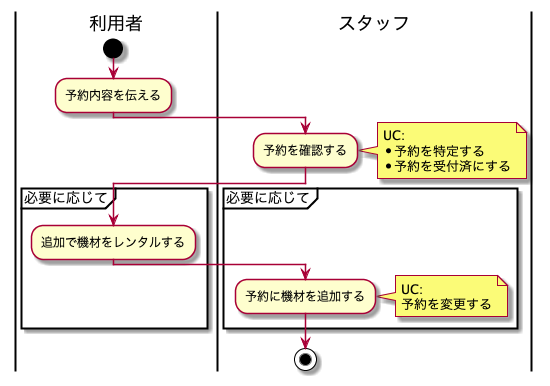
This is modeling/BusinessFlow_スタジオ利用_受付/BusinessFlow.png from TakashiOnawa/ddd-practice-studio-reservation, a PlantUML export, as it was before one commit.
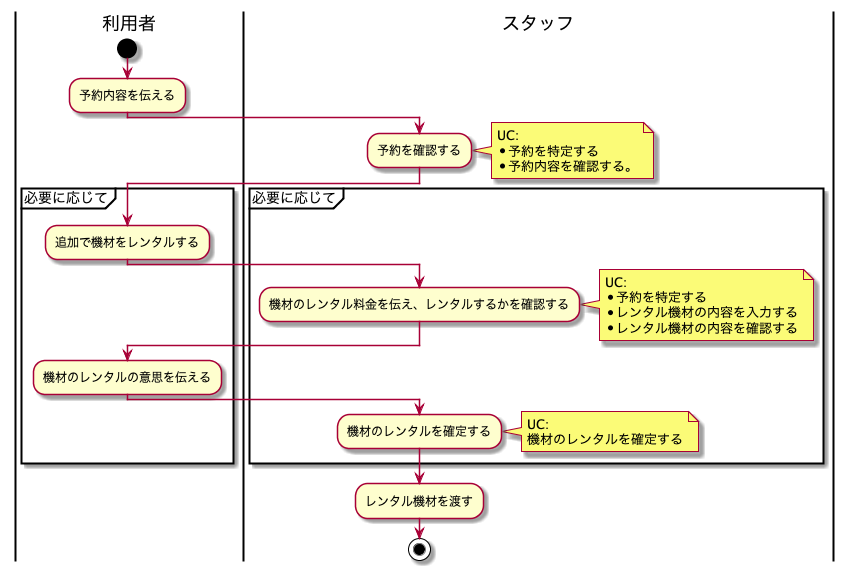
The same diagram one commit later.

The edit, as a diff of the source:
```diff
@@ -9,7 +9,7 @@
 note right
 UC:
 * 予約を特定する
-* 予約を受付済にする
+* 予約内容を確認する。
 end note
 
 partition 必要に応じて {
@@ -17,12 +17,27 @@
     :追加で機材をレンタルする;
 
     |スタッフ|
-    :予約に機材を追加する;
+    :機材のレンタル料金を伝え、レンタルするかを確認する;
     note right
     UC:
-    予約を変更する
+    * 予約を特定する
+    * レンタル機材の内容を入力する
+    * レンタル機材の内容を確認する
+    end note
+
+    |利用者|
+    :機材のレンタルの意思を伝える;
+
+    |スタッフ|
+    :機材のレンタルを確定する;
+    note right
+    UC:
+    機材のレンタルを確定する
     end note
 }
+
+|スタッフ|
+:レンタル機材を渡す;
 
 stop
 
```
